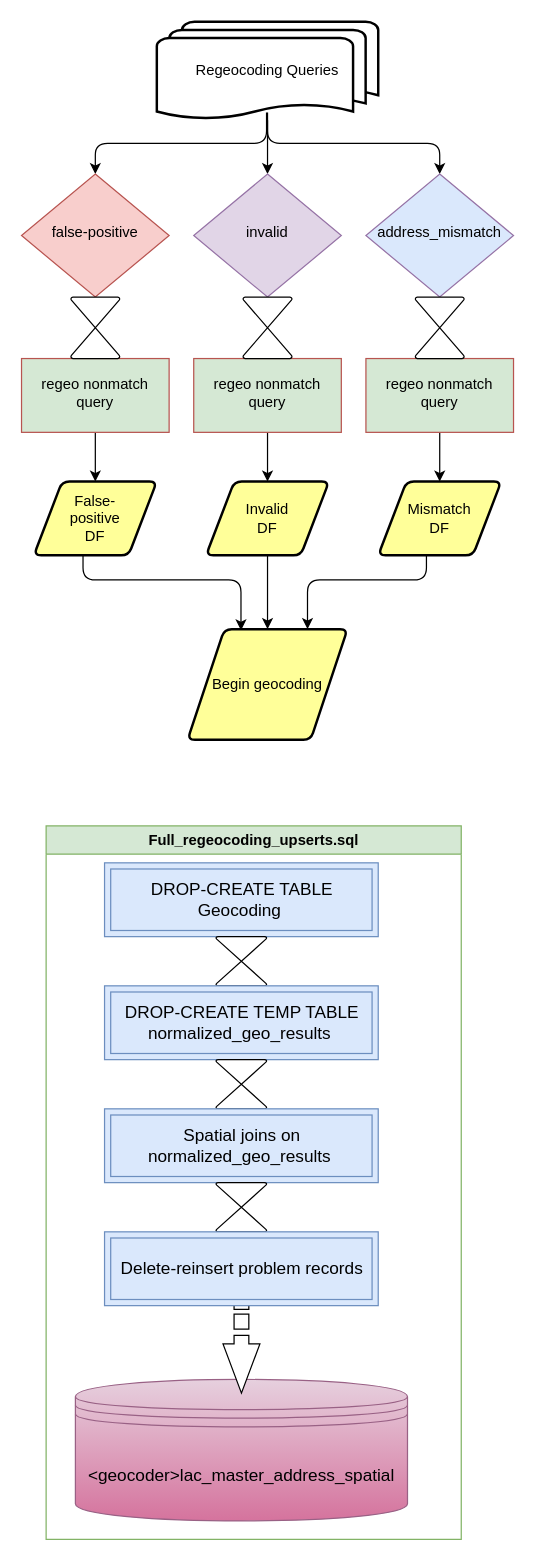
This is regeocoding_pipeline.drawio from Primordial-Haggis/LA_county_vax_etl_workflow, a draw.io file, before an edit. Source tidied: cells renumbered, new cells numbered last; positions are measured from the earlier drawing's top-left corner, leaving out a move shared by most shapes. Both pictures are drawn from the tidied source at 123%, with x=0, y=0 at pixel (21, 21).
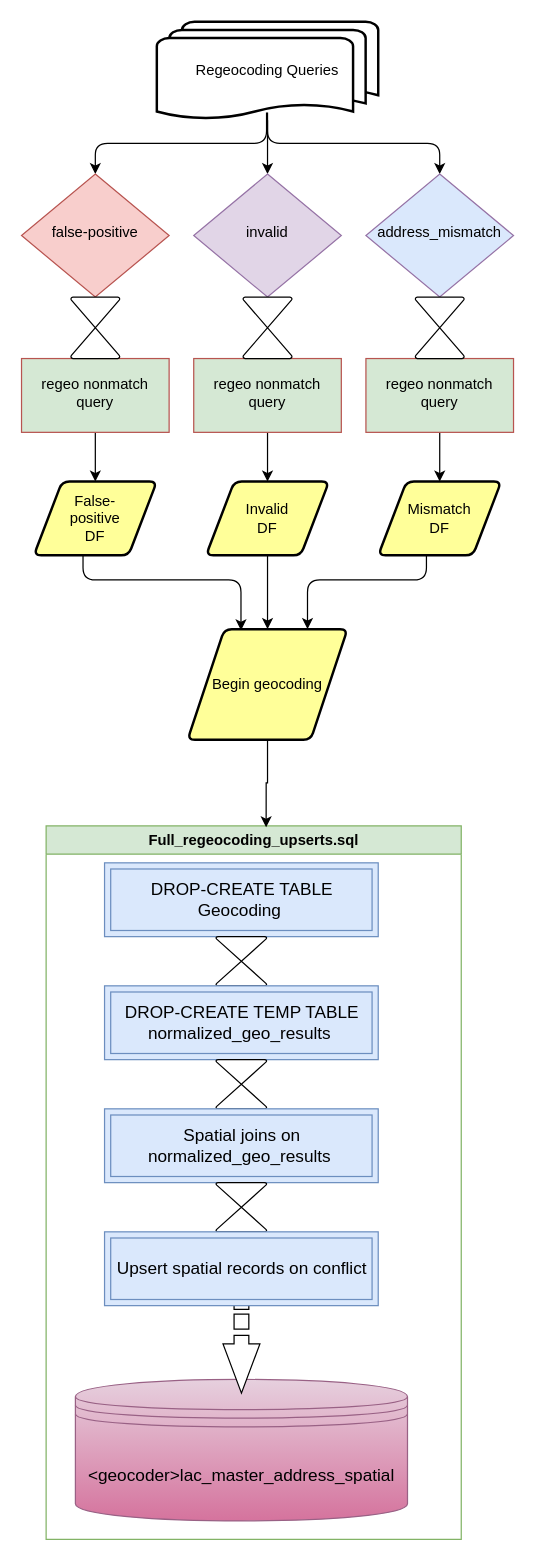
The same page after the edit.

The change refers to these unchanged cells:
```xml
<mxCell id="2" value="Full_regeocoding_upserts.sql" style="horizontal=1;whiteSpace=wrap;html=1;fontSize=12;glass=0;strokeWidth=1;shadow=0;fillColor=#d5e8d4;strokeColor=#82b366;swimlane;startSize=23;" parent="1" vertex="1">
  <mxGeometry x="20" y="654" width="337.5" height="580" as="geometry" />
</mxCell>
<mxCell id="36" value="Begin geocoding" style="shape=parallelogram;html=1;strokeWidth=2;perimeter=parallelogramPerimeter;whiteSpace=wrap;rounded=1;arcSize=12;size=0.23;fillColor=#FFFF99;" parent="1" vertex="1">
  <mxGeometry x="135" y="494" width="130" height="90" as="geometry" />
</mxCell>
```

Change to the diagram source:
```diff
@@
-    <mxCell id="11" value="Delete-reinsert problem records" style="shape=ext;margin=3;double=1;whiteSpace=wrap;html=1;align=center;fontSize=14;fillColor=#dae8fc;strokeColor=#6c8ebf;" parent="2" vertex="1">
+    <mxCell id="11" value="Upsert spatial records on conflict" style="shape=ext;margin=3;double=1;whiteSpace=wrap;html=1;align=center;fontSize=14;fillColor=#dae8fc;strokeColor=#6c8ebf;" parent="2" vertex="1">
       <mxGeometry x="47.5" y="330" width="222.5" height="60" as="geometry" />
     </mxCell>
@@
+    <mxCell id="37" style="edgeStyle=orthogonalEdgeStyle;rounded=0;jettySize=auto;html=1;entryX=0.53;entryY=0.002;entryDx=0;entryDy=0;entryPerimeter=0;" parent="1" edge="1" source="36" target="2">
+      <mxGeometry relative="1" as="geometry" />
+    </mxCell>
```
